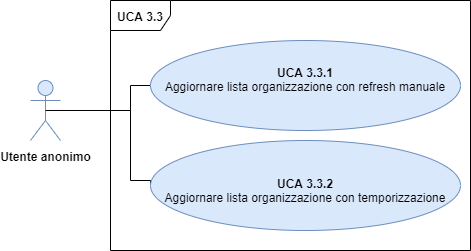
qb-team/Stalker-Documentazione keeps this draw.io diagram as DocumentazioneEsterna/AnalisiDeiRequisiti/Sezioni/UseCase/Immagini/UCA3.3.png. Above is the earlier version. Source tidied: cells renumbered, new cells last; positions are measured from the earlier drawing's top-left corner, leaving out a move shared by most shapes.
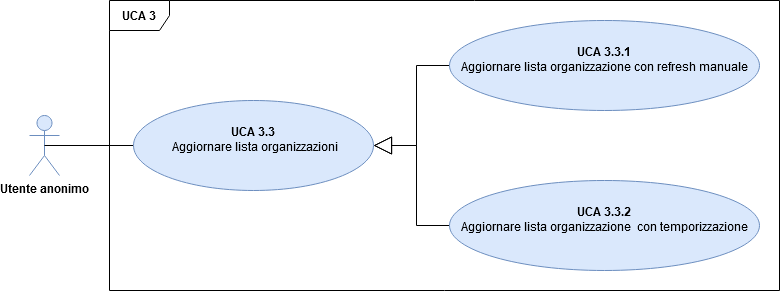
Later version of the same file.

What changed in the source:
```diff
@@ -2,34 +2,29 @@
   <root>
     <mxCell id="0" />
     <mxCell id="1" parent="0" />
-    <mxCell id="2" value="&lt;b&gt;UCA 3.3&lt;/b&gt;" style="shape=umlFrame;whiteSpace=wrap;html=1;fontSize=12;fontFamily=Helvetica;" parent="1" vertex="1">
-      <mxGeometry x="80" width="360" height="250" as="geometry" />
+    <mxCell id="2" value="&lt;b&gt;UCA 3&lt;/b&gt;" style="shape=umlFrame;whiteSpace=wrap;html=1;fontSize=12;fontFamily=Helvetica;" parent="1" vertex="1">
+      <mxGeometry x="-30" y="-80" width="670" height="290" as="geometry" />
     </mxCell>
     <mxCell id="3" value="&lt;b&gt;Utente anonimo&lt;/b&gt;" style="shape=umlActor;verticalLabelPosition=bottom;labelBackgroundColor=#ffffff;verticalAlign=top;html=1;outlineConnect=0;fillColor=#dae8fc;strokeColor=#6c8ebf;fontSize=12;fontFamily=Helvetica;" parent="1" vertex="1">
-      <mxGeometry y="80" width="30" height="60" as="geometry" />
+      <mxGeometry x="-110" y="35" width="30" height="60" as="geometry" />
     </mxCell>
-    <mxCell id="4" style="edgeStyle=orthogonalEdgeStyle;rounded=0;jettySize=auto;html=1;exitX=0;exitY=0.5;exitDx=0;exitDy=0;entryX=0.5;entryY=0.5;entryDx=0;entryDy=0;entryPerimeter=0;endArrow=none;endFill=0;fontSize=12;fontFamily=Helvetica;" parent="1" edge="1" source="5" target="3">
-      <mxGeometry relative="1" as="geometry">
-        <Array as="points">
-          <mxPoint x="100" y="85" />
-          <mxPoint x="100" y="110" />
-        </Array>
-      </mxGeometry>
-    </mxCell>
+    <mxCell id="8" style="edgeStyle=orthogonalEdgeStyle;rounded=0;jettySize=auto;html=1;exitX=0;exitY=0.5;exitDx=0;exitDy=0;entryX=1;entryY=0.5;entryDx=0;entryDy=0;endArrow=block;endFill=0;endSize=16;" parent="1" edge="1" source="5" target="11">
+      <mxGeometry relative="1" as="geometry" />
+    </mxCell>
     <mxCell id="5" value="&lt;div style=&quot;font-size: 12px&quot;&gt;&lt;font style=&quot;font-size: 12px&quot;&gt;&lt;span style=&quot;font-size: 12px&quot;&gt;&lt;b&gt;UCA 3.3.1&lt;/b&gt;&lt;/span&gt;&lt;/font&gt;&lt;/div&gt;&lt;div style=&quot;font-size: 12px&quot;&gt;&lt;font style=&quot;font-size: 12px&quot;&gt;&lt;span style=&quot;font-size: 12px&quot;&gt;Aggiornare lista organizzazione &lt;/span&gt;&lt;span style=&quot;font-size: 12px&quot;&gt;con refresh manuale&lt;/span&gt;&lt;/font&gt;&lt;/div&gt;&lt;p class=&quot;MsoNormal&quot; style=&quot;font-size: 12px&quot;&gt;&lt;/p&gt;&lt;p class=&quot;MsoListParagraph&quot; style=&quot;text-indent: -18pt ; font-size: 12px&quot;&gt;&lt;/p&gt;" style="ellipse;whiteSpace=wrap;html=1;fillColor=#dae8fc;strokeColor=#6c8ebf;fontSize=12;fontFamily=Helvetica;" parent="1" vertex="1">
-      <mxGeometry x="120" y="40" width="310" height="90" as="geometry" />
+      <mxGeometry x="310" y="-60" width="310" height="90" as="geometry" />
     </mxCell>
-    <mxCell id="6" style="edgeStyle=orthogonalEdgeStyle;rounded=0;jettySize=auto;html=1;exitX=0;exitY=0.5;exitDx=0;exitDy=0;endArrow=none;endFill=0;fontSize=12;fontFamily=Helvetica;" parent="1" edge="1" source="7">
-      <mxGeometry relative="1" as="geometry">
-        <mxPoint x="30" y="110" as="targetPoint" />
-        <Array as="points">
-          <mxPoint x="100" y="180" />
-          <mxPoint x="100" y="110" />
-        </Array>
-      </mxGeometry>
-    </mxCell>
+    <mxCell id="9" style="edgeStyle=orthogonalEdgeStyle;rounded=0;jettySize=auto;html=1;exitX=0;exitY=0.5;exitDx=0;exitDy=0;entryX=1;entryY=0.5;entryDx=0;entryDy=0;endArrow=block;endFill=0;endSize=16;" parent="1" edge="1" source="7" target="11">
+      <mxGeometry relative="1" as="geometry" />
+    </mxCell>
+    <mxCell id="10" style="edgeStyle=orthogonalEdgeStyle;rounded=0;jettySize=auto;html=1;exitX=0;exitY=0.5;exitDx=0;exitDy=0;entryX=0.5;entryY=0.5;entryDx=0;entryDy=0;entryPerimeter=0;endArrow=none;endFill=0;endSize=16;strokeColor=#000000;" parent="1" edge="1" source="11" target="3">
+      <mxGeometry relative="1" as="geometry" />
+    </mxCell>
+    <mxCell id="11" value="&lt;div style=&quot;font-size: 12px&quot;&gt;&lt;font style=&quot;font-size: 12px&quot;&gt;&lt;span style=&quot;font-size: 12px&quot;&gt;&lt;b&gt;UCA 3.3&lt;/b&gt;&lt;/span&gt;&lt;/font&gt;&lt;/div&gt;&lt;div style=&quot;font-size: 12px&quot;&gt;&lt;font style=&quot;font-size: 12px&quot;&gt;&lt;span style=&quot;font-size: 12px&quot;&gt;&amp;nbsp;Aggiornare lista organizzazioni&lt;/span&gt;&lt;span style=&quot;font-size: 12px&quot;&gt;&lt;/span&gt;&lt;/font&gt;&lt;/div&gt;&lt;p class=&quot;MsoNormal&quot; style=&quot;font-size: 12px&quot;&gt;&lt;/p&gt;&lt;p class=&quot;MsoListParagraph&quot; style=&quot;text-indent: -18pt ; font-size: 12px&quot;&gt;&lt;/p&gt;" style="ellipse;whiteSpace=wrap;html=1;fillColor=#dae8fc;strokeColor=#6c8ebf;fontSize=12;fontFamily=Helvetica;" parent="1" vertex="1">
+      <mxGeometry x="-6" y="20" width="240" height="90" as="geometry" />
+    </mxCell>
-    <mxCell id="7" value="&lt;p class=&quot;MsoListParagraph&quot; style=&quot;text-indent: -18pt ; font-size: 12px&quot;&gt;&lt;/p&gt;&lt;font style=&quot;font-size: 12px&quot;&gt;&lt;span style=&quot;line-height: 107% ; font-size: 12px&quot;&gt;&lt;font style=&quot;font-size: 12px&quot;&gt;&lt;b&gt;UCA 3.3.2&lt;/b&gt;&lt;br&gt;Aggiornare lista organizzazione&amp;nbsp;con temporizzazione&lt;/font&gt;&lt;/span&gt;&lt;span style=&quot;line-height: 107% ; font-size: 12px&quot;&gt;&lt;br style=&quot;font-size: 12px&quot;&gt;&lt;/span&gt;&lt;/font&gt;" style="ellipse;whiteSpace=wrap;html=1;fillColor=#dae8fc;strokeColor=#6c8ebf;fontSize=12;fontFamily=Helvetica;" parent="1" vertex="1">
-      <mxGeometry x="120" y="140" width="310" height="90" as="geometry" />
+    <mxCell id="7" value="&lt;div style=&quot;font-size: 12px&quot;&gt;&lt;font style=&quot;font-size: 12px&quot;&gt;&lt;span style=&quot;font-size: 12px&quot;&gt;&lt;b&gt;UCA 3.3.2&lt;/b&gt;&lt;/span&gt;&lt;/font&gt;&lt;/div&gt;&lt;div style=&quot;font-size: 12px&quot;&gt;&lt;font style=&quot;font-size: 12px&quot;&gt;&lt;span style=&quot;font-size: 12px&quot;&gt;Aggiornare lista organizzazione&amp;nbsp;&lt;/span&gt;&lt;/font&gt;&lt;font style=&quot;font-size: 12px&quot;&gt;&lt;span style=&quot;line-height: 107% ; font-size: 12px&quot;&gt;&lt;font style=&quot;font-size: 12px&quot;&gt; con temporizzazione&lt;/font&gt;&lt;/span&gt;&lt;/font&gt;&lt;/div&gt;&lt;p class=&quot;MsoNormal&quot; style=&quot;font-size: 12px&quot;&gt;&lt;/p&gt;&lt;p class=&quot;MsoListParagraph&quot; style=&quot;text-indent: -18pt ; font-size: 12px&quot;&gt;&lt;/p&gt;" style="ellipse;whiteSpace=wrap;html=1;fillColor=#dae8fc;strokeColor=#6c8ebf;fontSize=12;fontFamily=Helvetica;" parent="1" vertex="1">
+      <mxGeometry x="310" y="100" width="310" height="90" as="geometry" />
     </mxCell>
   </root>
 </mxGraphModel>
```
